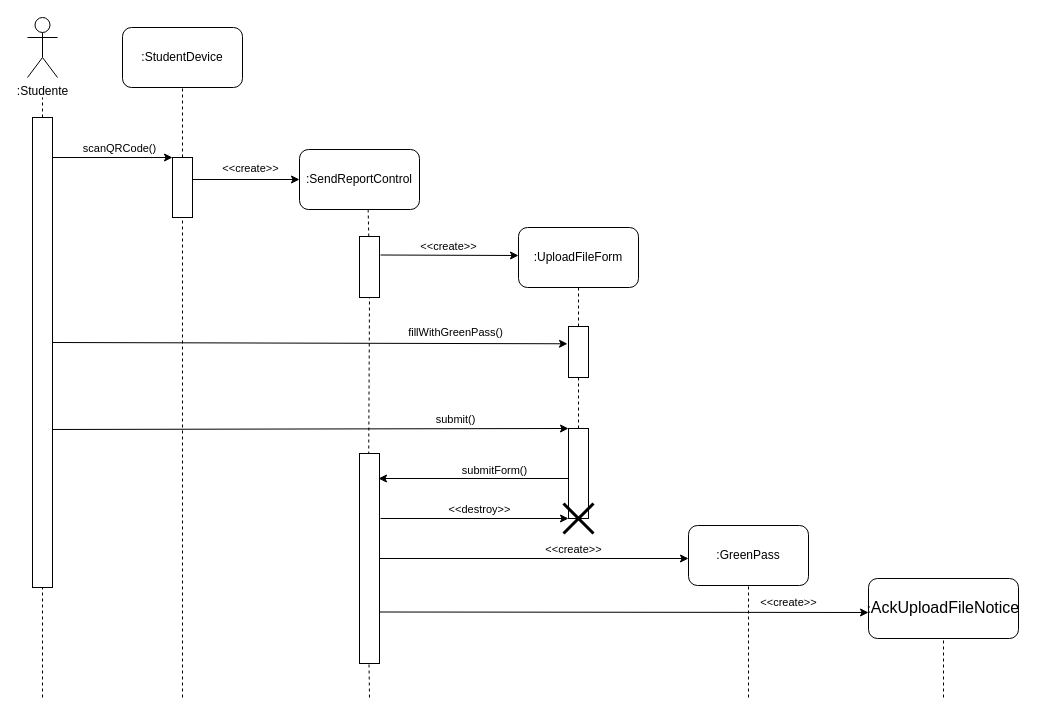
This is Documentazione/Resources/Sequence Diagram SendGreenPass.drawio from Alberto-00/EasyPass, a draw.io file, before an edit. Source tidied: cells renumbered, new cells numbered last; positions are measured from the earlier drawing's top-left corner, leaving out a move shared by most shapes. Both pictures are drawn from the tidied source at 100%, with x=0, y=0 at pixel (27, 17).
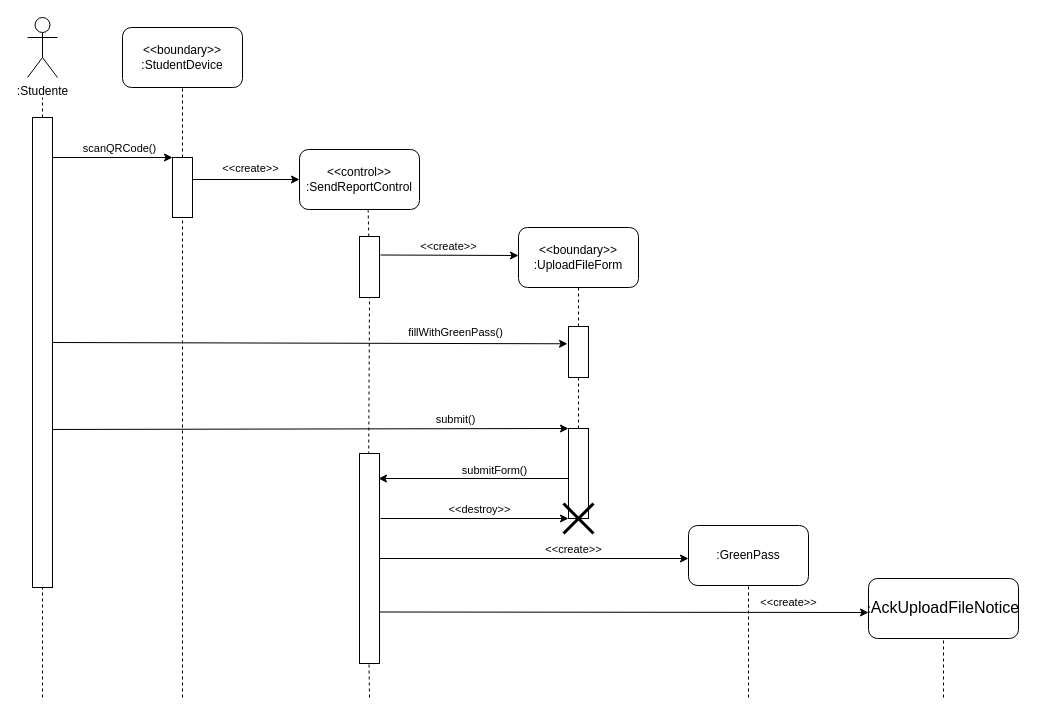
Above is the later version.

Change to the diagram source:
```diff
@@
-    <mxCell id="6" value=":UploadFileForm" style="rounded=1;whiteSpace=wrap;html=1;" parent="1" vertex="1">
+    <mxCell id="6" value="&amp;lt;&amp;lt;boundary&amp;gt;&amp;gt;&lt;br&gt;:UploadFileForm" style="rounded=1;whiteSpace=wrap;html=1;" parent="1" vertex="1">
       <mxGeometry x="491" y="210" width="120" height="60" as="geometry" />
     </mxCell>
-    <mxCell id="7" value=":SendReportControl" style="rounded=1;whiteSpace=wrap;html=1;" parent="1" vertex="1">
+    <mxCell id="7" value="&amp;lt;&amp;lt;control&amp;gt;&amp;gt;&lt;br&gt;:SendReportControl" style="rounded=1;whiteSpace=wrap;html=1;" parent="1" vertex="1">
       <mxGeometry x="272" y="132" width="120" height="60" as="geometry" />
     </mxCell>
-    <mxCell id="8" value=":StudentDevice" style="rounded=1;whiteSpace=wrap;html=1;" parent="1" vertex="1">
+    <mxCell id="8" value="&amp;lt;&amp;lt;boundary&amp;gt;&amp;gt;&lt;br&gt;:StudentDevice" style="rounded=1;whiteSpace=wrap;html=1;" parent="1" vertex="1">
       <mxGeometry x="95" y="10" width="120" height="60" as="geometry" />
     </mxCell>
```
